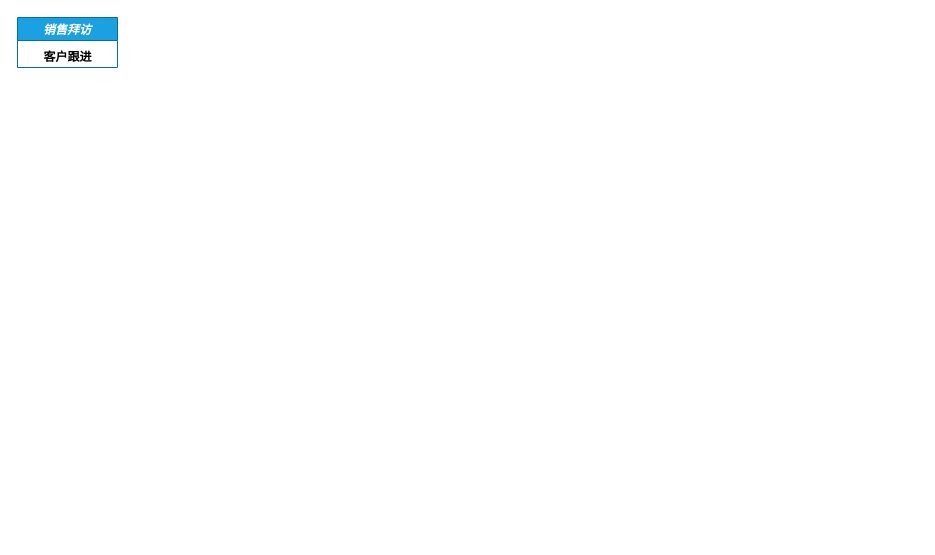
Above: page "销售拜访" (2 of 2) of Untitled Diagram.drawio in rosickyli/Oracle_function (draw.io), before the change. Source tidied: cells renumbered, new cells numbered last; positions are measured from the earlier drawing's top-left corner, leaving out a move shared by most shapes. Both pictures are drawn from the tidied source at 100%, with x=0, y=0 at pixel (17, 17).
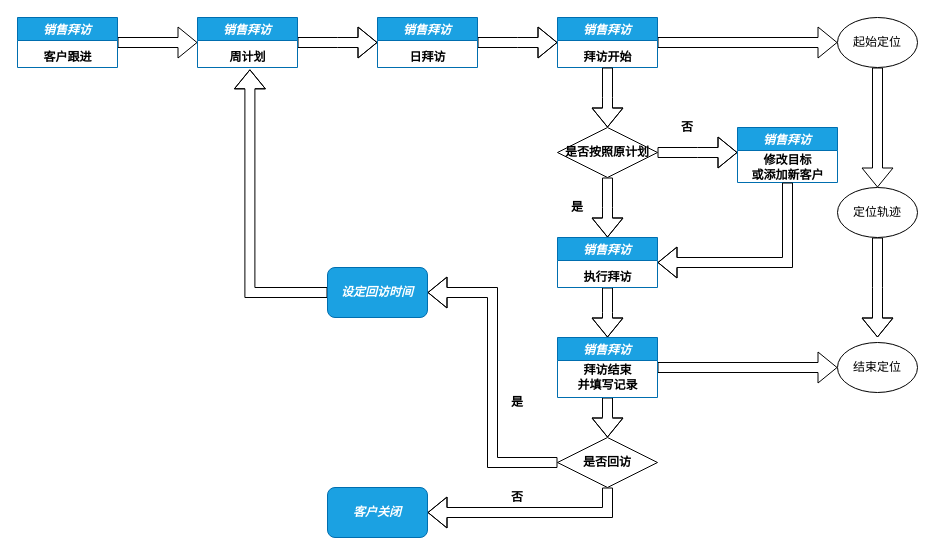
The same diagram, later.

Unchanged cells that the change refers to:
```xml
<mxCell id="2" value="销售拜访" style="swimlane;fontStyle=3;fillColor=#1ba1e2;strokeColor=#006EAF;fontColor=#ffffff;" parent="1" vertex="1">
  <mxGeometry width="100" height="50" as="geometry" />
</mxCell>
```

The edit, as a diff of the source:
```diff
@@
+    <mxCell id="4" style="edgeStyle=orthogonalEdgeStyle;shape=flexArrow;rounded=0;jettySize=auto;html=1;entryX=0;entryY=0.5;entryDx=0;entryDy=0;" parent="1" edge="1" source="2" target="15">
+      <mxGeometry relative="1" as="geometry" />
+    </mxCell>
@@
+    <mxCell id="5" style="edgeStyle=orthogonalEdgeStyle;shape=flexArrow;rounded=0;jettySize=auto;html=1;" parent="1" edge="1" source="6">
+      <mxGeometry relative="1" as="geometry">
+        <mxPoint x="540" y="25" as="targetPoint" />
+      </mxGeometry>
+    </mxCell>
+    <mxCell id="6" value="销售拜访" style="swimlane;fontStyle=3;fillColor=#1ba1e2;strokeColor=#006EAF;fontColor=#ffffff;" parent="1" vertex="1">
+      <mxGeometry x="360" width="100" height="50" as="geometry" />
+    </mxCell>
+    <mxCell id="7" value="&lt;span style=&quot;font-weight: 700&quot;&gt;日拜访&lt;/span&gt;" style="text;html=1;align=center;verticalAlign=middle;strokeColor=none;fillColor=none;" parent="6" vertex="1">
+      <mxGeometry x="25" y="30" width="50" height="20" as="geometry" />
+    </mxCell>
+    <mxCell id="8" style="edgeStyle=orthogonalEdgeStyle;shape=flexArrow;rounded=0;jettySize=auto;html=1;" parent="1" edge="1" source="9" target="27">
+      <mxGeometry relative="1" as="geometry" />
+    </mxCell>
+    <mxCell id="9" value="销售拜访" style="swimlane;fontStyle=3;fillColor=#1ba1e2;strokeColor=#006EAF;fontColor=#ffffff;" parent="1" vertex="1">
+      <mxGeometry x="540" width="100" height="50" as="geometry" />
+    </mxCell>
+    <mxCell id="10" value="&lt;span style=&quot;font-weight: 700&quot;&gt;拜访开始&lt;/span&gt;" style="text;html=1;align=center;verticalAlign=middle;points=[];strokeColor=none;fillColor=none;" parent="9" vertex="1">
+      <mxGeometry x="20" y="30" width="60" height="20" as="geometry" />
+    </mxCell>
+    <mxCell id="11" style="edgeStyle=orthogonalEdgeStyle;shape=flexArrow;rounded=0;jettySize=auto;html=1;" parent="1" edge="1" source="12">
+      <mxGeometry relative="1" as="geometry">
+        <mxPoint x="590" y="320" as="targetPoint" />
+      </mxGeometry>
+    </mxCell>
+    <mxCell id="12" value="销售拜访" style="swimlane;fontStyle=3;fillColor=#1ba1e2;strokeColor=#006EAF;fontColor=#ffffff;" parent="1" vertex="1">
+      <mxGeometry x="540" y="220" width="100" height="50" as="geometry" />
+    </mxCell>
+    <mxCell id="13" value="&lt;span style=&quot;font-weight: 700&quot;&gt;执行拜访&lt;/span&gt;" style="text;html=1;align=center;verticalAlign=middle;strokeColor=none;fillColor=none;" parent="12" vertex="1">
+      <mxGeometry x="20" y="30" width="60" height="20" as="geometry" />
+    </mxCell>
+    <mxCell id="14" style="edgeStyle=orthogonalEdgeStyle;shape=flexArrow;rounded=0;jettySize=auto;html=1;" parent="1" edge="1" source="15">
+      <mxGeometry relative="1" as="geometry">
+        <mxPoint x="360" y="25" as="targetPoint" />
+      </mxGeometry>
+    </mxCell>
+    <mxCell id="15" value="销售拜访" style="swimlane;fontStyle=3;fillColor=#1ba1e2;strokeColor=#006EAF;fontColor=#ffffff;" parent="1" vertex="1">
+      <mxGeometry x="180" width="100" height="50" as="geometry" />
+    </mxCell>
+    <mxCell id="16" value="&lt;b&gt;周计划&lt;/b&gt;" style="text;html=1;align=center;verticalAlign=middle;points=[];strokeColor=none;fillColor=none;" parent="15" vertex="1">
+      <mxGeometry x="25" y="30" width="50" height="20" as="geometry" />
+    </mxCell>
+    <mxCell id="17" style="edgeStyle=orthogonalEdgeStyle;shape=flexArrow;rounded=0;jettySize=auto;html=1;" parent="1" edge="1" source="19">
+      <mxGeometry relative="1" as="geometry">
+        <mxPoint x="590" y="220" as="targetPoint" />
+      </mxGeometry>
+    </mxCell>
+    <mxCell id="18" style="edgeStyle=orthogonalEdgeStyle;shape=flexArrow;rounded=0;jettySize=auto;html=1;" parent="1" edge="1" source="19">
+      <mxGeometry relative="1" as="geometry">
+        <mxPoint x="720" y="135" as="targetPoint" />
+      </mxGeometry>
+    </mxCell>
+    <mxCell id="19" value="&lt;b&gt;是否按照原计划&lt;/b&gt;" style="rhombus;whiteSpace=wrap;html=1;" parent="1" vertex="1">
+      <mxGeometry x="540" y="110" width="100" height="50" as="geometry" />
+    </mxCell>
+    <mxCell id="20" style="edgeStyle=orthogonalEdgeStyle;shape=flexArrow;rounded=0;jettySize=auto;html=1;" parent="1" edge="1" source="10">
+      <mxGeometry relative="1" as="geometry">
+        <mxPoint x="590" y="110" as="targetPoint" />
+      </mxGeometry>
+    </mxCell>
+    <mxCell id="21" value="&lt;b&gt;是&lt;/b&gt;" style="text;html=1;strokeColor=none;fillColor=none;align=center;verticalAlign=middle;whiteSpace=wrap;rounded=0;" parent="1" vertex="1">
+      <mxGeometry x="540" y="180" width="40" height="20" as="geometry" />
+    </mxCell>
+    <mxCell id="22" style="edgeStyle=orthogonalEdgeStyle;shape=flexArrow;rounded=0;jettySize=auto;html=1;" parent="1" edge="1" source="24" target="28">
+      <mxGeometry relative="1" as="geometry" />
+    </mxCell>
+    <mxCell id="23" style="edgeStyle=orthogonalEdgeStyle;shape=flexArrow;rounded=0;jettySize=auto;html=1;" parent="1" edge="1" source="24">
+      <mxGeometry relative="1" as="geometry">
+        <mxPoint x="590" y="420" as="targetPoint" />
+      </mxGeometry>
+    </mxCell>
+    <mxCell id="24" value="销售拜访" style="swimlane;fontStyle=3;fillColor=#1ba1e2;strokeColor=#006EAF;fontColor=#ffffff;startSize=23;" parent="1" vertex="1">
+      <mxGeometry x="540" y="320" width="100" height="60" as="geometry" />
+    </mxCell>
+    <mxCell id="25" value="&lt;span style=&quot;font-weight: 700&quot;&gt;拜访结束&lt;br&gt;并填写记录&lt;/span&gt;" style="text;html=1;align=center;verticalAlign=middle;strokeColor=none;fillColor=none;" parent="24" vertex="1">
+      <mxGeometry x="10" y="25" width="80" height="30" as="geometry" />
+    </mxCell>
+    <mxCell id="26" style="edgeStyle=orthogonalEdgeStyle;shape=flexArrow;rounded=0;jettySize=auto;html=1;entryX=0.5;entryY=0;entryDx=0;entryDy=0;" parent="1" edge="1" source="27" target="41">
+      <mxGeometry relative="1" as="geometry" />
+    </mxCell>
+    <mxCell id="27" value="起始定位" style="ellipse;whiteSpace=wrap;html=1;" parent="1" vertex="1">
+      <mxGeometry x="820" width="80" height="50" as="geometry" />
+    </mxCell>
+    <mxCell id="28" value="结束定位" style="ellipse;whiteSpace=wrap;html=1;" parent="1" vertex="1">
+      <mxGeometry x="820" y="325" width="80" height="50" as="geometry" />
+    </mxCell>
+    <mxCell id="29" style="edgeStyle=orthogonalEdgeStyle;shape=flexArrow;rounded=0;jettySize=auto;html=1;entryX=1;entryY=0.5;entryDx=0;entryDy=0;" parent="1" edge="1" source="31" target="33">
+      <mxGeometry relative="1" as="geometry" />
+    </mxCell>
+    <mxCell id="30" style="edgeStyle=orthogonalEdgeStyle;shape=flexArrow;rounded=0;jettySize=auto;html=1;entryX=1;entryY=0.5;entryDx=0;entryDy=0;" parent="1" edge="1" source="31" target="34">
+      <mxGeometry relative="1" as="geometry">
+        <Array as="points">
+          <mxPoint x="590" y="495" />
+        </Array>
+      </mxGeometry>
+    </mxCell>
+    <mxCell id="31" value="&lt;b&gt;是否回访&lt;/b&gt;" style="rhombus;whiteSpace=wrap;html=1;" parent="1" vertex="1">
+      <mxGeometry x="540" y="420" width="100" height="50" as="geometry" />
+    </mxCell>
+    <mxCell id="32" style="edgeStyle=orthogonalEdgeStyle;shape=flexArrow;rounded=0;jettySize=auto;html=1;entryX=0.548;entryY=1.09;entryDx=0;entryDy=0;entryPerimeter=0;" parent="1" edge="1" source="33" target="16">
+      <mxGeometry relative="1" as="geometry" />
+    </mxCell>
+    <mxCell id="33" value="设定回访时间" style="rounded=1;whiteSpace=wrap;html=1;fontColor=#ffffff;fillColor=#1ba1e2;strokeColor=#006EAF;fontStyle=3;" parent="1" vertex="1">
+      <mxGeometry x="310" y="250" width="100" height="50" as="geometry" />
+    </mxCell>
+    <mxCell id="34" value="客户关闭" style="rounded=1;whiteSpace=wrap;html=1;fontColor=#ffffff;fillColor=#1ba1e2;strokeColor=#006EAF;fontStyle=3;" parent="1" vertex="1">
+      <mxGeometry x="310" y="470" width="100" height="50" as="geometry" />
+    </mxCell>
+    <mxCell id="35" value="&lt;b&gt;是&lt;/b&gt;" style="text;html=1;strokeColor=none;fillColor=none;align=center;verticalAlign=middle;whiteSpace=wrap;rounded=0;" parent="1" vertex="1">
+      <mxGeometry x="480" y="375" width="40" height="20" as="geometry" />
+    </mxCell>
+    <mxCell id="36" value="销售拜访" style="swimlane;fontStyle=3;fillColor=#1ba1e2;strokeColor=#006EAF;fontColor=#ffffff;" parent="1" vertex="1">
+      <mxGeometry x="720" y="110" width="100" height="55" as="geometry" />
+    </mxCell>
+    <mxCell id="37" value="&lt;span style=&quot;font-weight: 700&quot;&gt;修改目标&lt;br&gt;或添加新客户&lt;br&gt;&lt;/span&gt;" style="text;html=1;align=center;verticalAlign=middle;points=[];strokeColor=none;fillColor=none;" parent="36" vertex="1">
+      <mxGeometry x="5" y="25" width="90" height="30" as="geometry" />
+    </mxCell>
+    <mxCell id="38" value="&lt;b&gt;否&lt;/b&gt;" style="text;html=1;strokeColor=none;fillColor=none;align=center;verticalAlign=middle;whiteSpace=wrap;rounded=0;" parent="1" vertex="1">
+      <mxGeometry x="650" y="100" width="40" height="20" as="geometry" />
+    </mxCell>
+    <mxCell id="39" value="&lt;b&gt;否&lt;/b&gt;" style="text;html=1;strokeColor=none;fillColor=none;align=center;verticalAlign=middle;whiteSpace=wrap;rounded=0;" parent="1" vertex="1">
+      <mxGeometry x="480" y="470" width="40" height="20" as="geometry" />
+    </mxCell>
+    <mxCell id="40" style="edgeStyle=orthogonalEdgeStyle;shape=flexArrow;rounded=0;jettySize=auto;html=1;" parent="1" edge="1" source="41">
+      <mxGeometry relative="1" as="geometry">
+        <mxPoint x="860" y="320" as="targetPoint" />
+      </mxGeometry>
+    </mxCell>
+    <mxCell id="41" value="定位轨迹" style="ellipse;whiteSpace=wrap;html=1;" parent="1" vertex="1">
+      <mxGeometry x="820" y="170" width="80" height="50" as="geometry" />
+    </mxCell>
+    <mxCell id="42" style="edgeStyle=orthogonalEdgeStyle;shape=flexArrow;rounded=0;jettySize=auto;html=1;entryX=1;entryY=0.5;entryDx=0;entryDy=0;" parent="1" edge="1" source="37" target="12">
+      <mxGeometry relative="1" as="geometry">
+        <Array as="points">
+          <mxPoint x="770" y="245" />
+        </Array>
+      </mxGeometry>
+    </mxCell>
```
